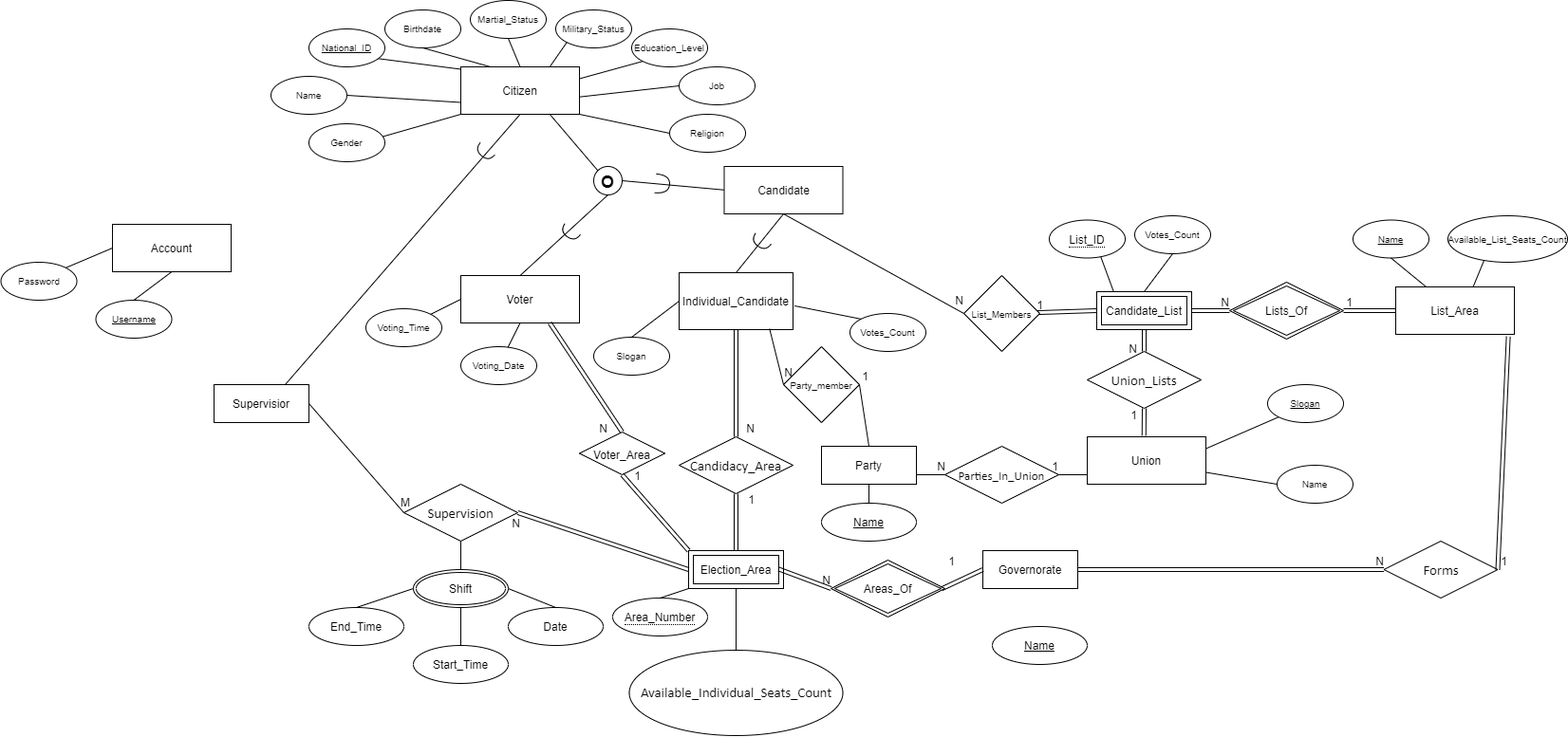
Above: ERD.png in ziad-khobeiz/e-voting-system (draw.io), before the change. Source tidied: cells renumbered, new cells last; positions are measured from the earlier drawing's top-left corner, leaving out a move shared by most shapes.
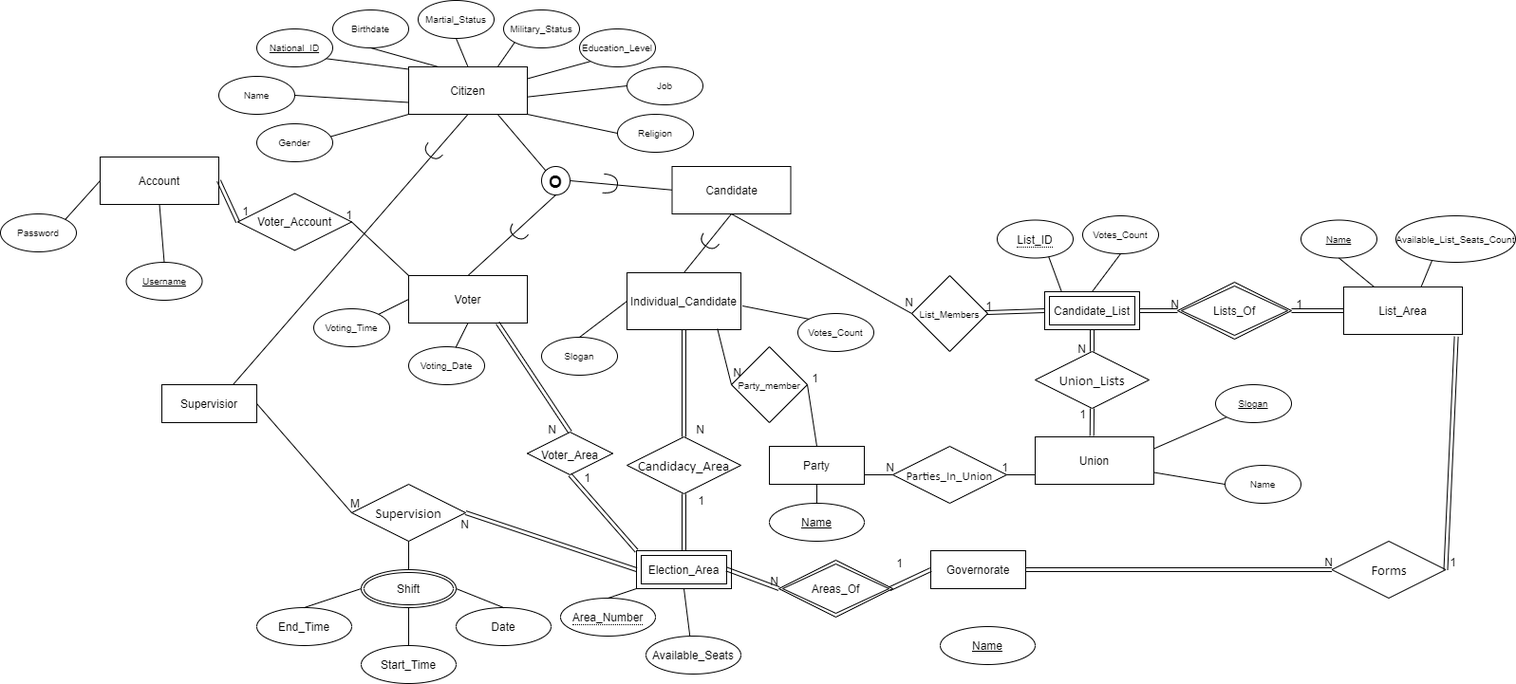
After the change.

Diff of the diagram source:
```diff
@@ -77,13 +77,13 @@
       <mxGeometry relative="1" as="geometry" />
     </mxCell>
     <mxCell id="25" value="Account" style="rounded=0;whiteSpace=wrap;html=1;" parent="1" vertex="1">
-      <mxGeometry x="117" y="236" width="125" height="50" as="geometry" />
+      <mxGeometry x="159" y="165" width="125" height="50" as="geometry" />
     </mxCell>
     <mxCell id="26" value="Password" style="ellipse;whiteSpace=wrap;html=1;fontSize=10;" parent="1" vertex="1">
-      <mxGeometry x="-0.5" y="276" width="80" height="40" as="geometry" />
+      <mxGeometry x="54" y="225" width="80" height="40" as="geometry" />
     </mxCell>
     <mxCell id="27" value="&lt;u&gt;Username&lt;/u&gt;" style="ellipse;whiteSpace=wrap;html=1;fontSize=10;" parent="1" vertex="1">
-      <mxGeometry x="99.5" y="316" width="80" height="40" as="geometry" />
+      <mxGeometry x="186.5" y="276" width="80" height="40" as="geometry" />
     </mxCell>
     <mxCell id="28" style="endArrow=none;html=1;entryX=0.5;entryY=0;entryDx=0;entryDy=0;exitX=0.5;exitY=1;exitDx=0;exitDy=0;" parent="1" edge="1" source="25" target="27">
       <mxGeometry relative="1" as="geometry" />
@@ -191,11 +191,10 @@
     <mxCell id="61" style="endArrow=none;html=1;rounded=0;exitX=0.5;exitY=0;exitDx=0;exitDy=0;entryX=0;entryY=1;entryDx=0;entryDy=0;" parent="1" edge="1" source="60" target="55">
       <mxGeometry relative="1" as="geometry" />
     </mxCell>
-    <mxCell id="62" value="&lt;span class=&quot;jlqj4b&quot;&gt;&lt;span lang=&quot;EN&quot; style=&quot;font-size: 11.0pt ; line-height: 107% ; font-family: &amp;#34;calibri&amp;#34; , sans-serif&quot;&gt;Available_Individual_Seats_Count&lt;/span&gt;&lt;/span&gt;" style="ellipse;whiteSpace=wrap;html=1;align=center;strokeColor=#000000;gradientColor=none;" parent="1" vertex="1">
-      <mxGeometry x="661.5" y="685" width="225" height="90" as="geometry" />
-    </mxCell>
-    <mxCell id="63" style="endArrow=none;html=1;rounded=0;entryX=0.5;entryY=0;entryDx=0;entryDy=0;exitX=0.5;exitY=1;exitDx=0;exitDy=0;" parent="1" edge="1" source="55" target="62">
-      <mxGeometry relative="1" as="geometry" />
+    <mxCell id="63" style="endArrow=none;html=1;rounded=0;entryX=0.5;entryY=0;entryDx=0;entryDy=0;exitX=0.5;exitY=1;exitDx=0;exitDy=0;" parent="1" edge="1" source="55">
+      <mxGeometry relative="1" as="geometry">
+        <mxPoint x="780.2" y="670" as="targetPoint" />
+      </mxGeometry>
     </mxCell>
     <mxCell id="64" value="Party" style="whiteSpace=wrap;html=1;align=center;strokeColor=#000000;gradientColor=none;" parent="1" vertex="1">
       <mxGeometry x="864" y="470" width="100" height="40" as="geometry" />
@@ -444,5 +443,25 @@
         <mxPoint x="-109" y="-126" as="offset" />
       </mxGeometry>
     </mxCell>
+    <mxCell id="132" value="Voter_Account" style="shape=rhombus;perimeter=rhombusPerimeter;whiteSpace=wrap;html=1;align=center;" parent="1" vertex="1">
+      <mxGeometry x="304" y="203.4" width="120" height="60" as="geometry" />
+    </mxCell>
+    <mxCell id="133" style="shape=link;html=1;rounded=0;exitX=1;exitY=0.5;exitDx=0;exitDy=0;entryX=0;entryY=0.5;entryDx=0;entryDy=0;" parent="1" edge="1" source="25" target="132">
+      <mxGeometry relative="1" as="geometry" />
+    </mxCell>
+    <mxCell id="134" value="1" style="html=1;align=right;verticalAlign=bottom;" parent="133" vertex="1">
+      <mxGeometry x="1" relative="1" as="geometry">
+        <mxPoint x="10.2" y="-4.1" as="offset" />
+      </mxGeometry>
+    </mxCell>
+    <mxCell id="135" style="endArrow=none;html=1;rounded=0;exitX=0;exitY=0;exitDx=0;exitDy=0;entryX=1;entryY=0.5;entryDx=0;entryDy=0;" parent="1" edge="1" source="20" target="132">
+      <mxGeometry relative="1" as="geometry" />
+    </mxCell>
+    <mxCell id="136" value="1" style="html=1;align=right;verticalAlign=bottom;" parent="135" vertex="1">
+      <mxGeometry x="1" relative="1" as="geometry" />
+    </mxCell>
+    <mxCell id="137" value="Available_Seats" style="ellipse;whiteSpace=wrap;html=1;align=center;" parent="1" vertex="1">
+      <mxGeometry x="734" y="670" width="100" height="40" as="geometry" />
+    </mxCell>
   </root>
 </mxGraphModel>
```
